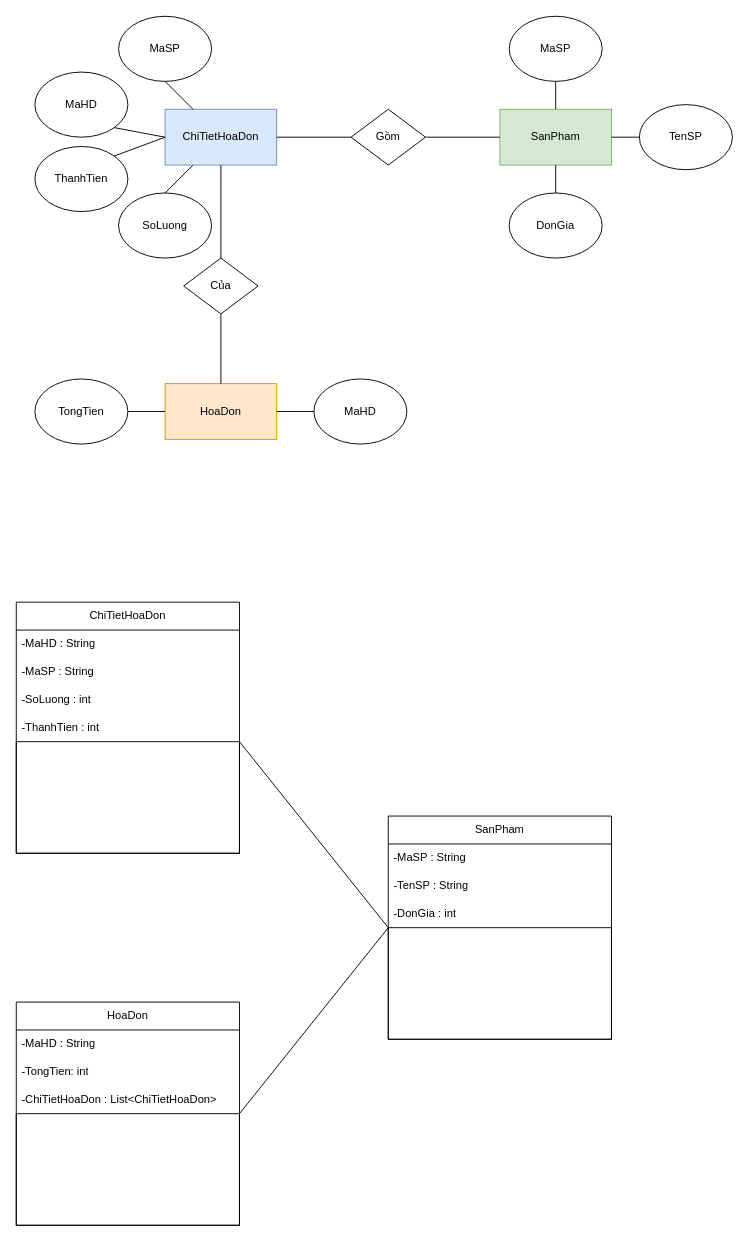
Earlier version of the draw.io diagram CjPhuong.drawio (cuongtran-0900/CjPhuong). Source tidied: cells renumbered, new cells numbered last; positions are measured from the earlier drawing's top-left corner, leaving out a move shared by most shapes. Both pictures are drawn from the tidied source at 93%, with x=0, y=0 at pixel (16, 16).
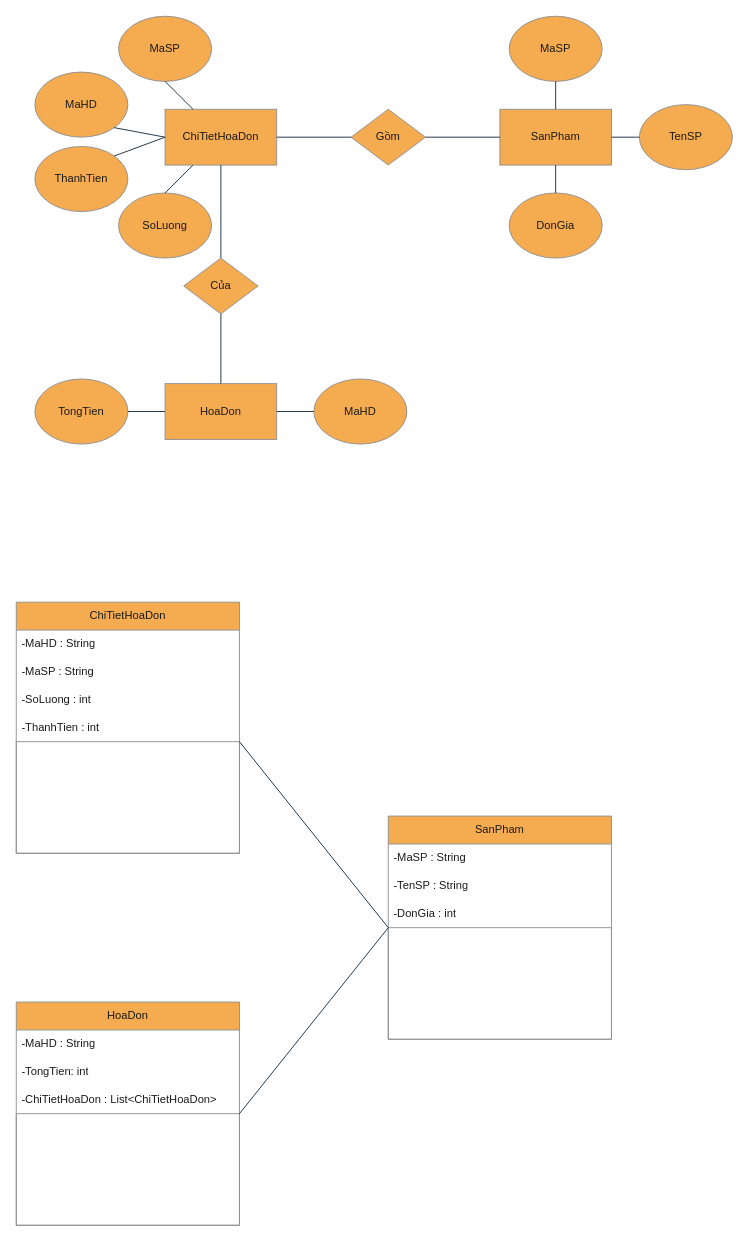
After the change.

The edit, as a diff of the source:
```diff
@@
-    <mxCell id="2" value="HoaDon" style="rounded=0;whiteSpace=wrap;html=1;fillColor=#ffe6cc;strokeColor=#d79b00;" parent="1" vertex="1">
+    <mxCell id="2" value="HoaDon" style="rounded=0;whiteSpace=wrap;html=1;fillColor=#F5AB50;strokeColor=#909090;labelBackgroundColor=none;fontColor=#1A1A1A;" parent="1" vertex="1">
       <mxGeometry x="160" y="395" width="120" height="60" as="geometry" />
     </mxCell>
-    <mxCell id="3" value="ChiTietHoaDon" style="rounded=0;whiteSpace=wrap;html=1;fillColor=#dae8fc;strokeColor=#6c8ebf;" parent="1" vertex="1">
+    <mxCell id="3" value="ChiTietHoaDon" style="rounded=0;whiteSpace=wrap;html=1;fillColor=#F5AB50;strokeColor=#909090;labelBackgroundColor=none;fontColor=#1A1A1A;" parent="1" vertex="1">
       <mxGeometry x="160" y="100" width="120" height="60" as="geometry" />
     </mxCell>
-    <mxCell id="4" value="SanPham" style="rounded=0;whiteSpace=wrap;html=1;fillColor=#d5e8d4;strokeColor=#82b366;" parent="1" vertex="1">
+    <mxCell id="4" value="SanPham" style="rounded=0;whiteSpace=wrap;html=1;fillColor=#F5AB50;strokeColor=#909090;labelBackgroundColor=none;fontColor=#1A1A1A;" parent="1" vertex="1">
       <mxGeometry x="520" y="100" width="120" height="60" as="geometry" />
     </mxCell>
-    <mxCell id="5" value="MaHD" style="ellipse;whiteSpace=wrap;html=1;" parent="1" vertex="1">
+    <mxCell id="5" value="MaHD" style="ellipse;whiteSpace=wrap;html=1;labelBackgroundColor=none;fillColor=#F5AB50;strokeColor=#909090;fontColor=#1A1A1A;" parent="1" vertex="1">
       <mxGeometry x="320" y="390" width="100" height="70" as="geometry" />
     </mxCell>
-    <mxCell id="6" value="MaHD" style="ellipse;whiteSpace=wrap;html=1;" parent="1" vertex="1">
+    <mxCell id="6" value="MaHD" style="ellipse;whiteSpace=wrap;html=1;labelBackgroundColor=none;fillColor=#F5AB50;strokeColor=#909090;fontColor=#1A1A1A;" parent="1" vertex="1">
       <mxGeometry x="20" y="60" width="100" height="70" as="geometry" />
     </mxCell>
-    <mxCell id="7" value="MaSP" style="ellipse;whiteSpace=wrap;html=1;" parent="1" vertex="1">
+    <mxCell id="7" value="MaSP" style="ellipse;whiteSpace=wrap;html=1;labelBackgroundColor=none;fillColor=#F5AB50;strokeColor=#909090;fontColor=#1A1A1A;" parent="1" vertex="1">
       <mxGeometry x="110" width="100" height="70" as="geometry" />
     </mxCell>
-    <mxCell id="8" value="SoLuong" style="ellipse;whiteSpace=wrap;html=1;" parent="1" vertex="1">
+    <mxCell id="8" value="SoLuong" style="ellipse;whiteSpace=wrap;html=1;labelBackgroundColor=none;fillColor=#F5AB50;strokeColor=#909090;fontColor=#1A1A1A;" parent="1" vertex="1">
       <mxGeometry x="110" y="190" width="100" height="70" as="geometry" />
     </mxCell>
-    <mxCell id="9" value="DonGia" style="ellipse;whiteSpace=wrap;html=1;" parent="1" vertex="1">
+    <mxCell id="9" value="DonGia" style="ellipse;whiteSpace=wrap;html=1;labelBackgroundColor=none;fillColor=#F5AB50;strokeColor=#909090;fontColor=#1A1A1A;" parent="1" vertex="1">
       <mxGeometry x="530" y="190" width="100" height="70" as="geometry" />
     </mxCell>
-    <mxCell id="10" value="TongTien" style="ellipse;whiteSpace=wrap;html=1;" parent="1" vertex="1">
+    <mxCell id="10" value="TongTien" style="ellipse;whiteSpace=wrap;html=1;labelBackgroundColor=none;fillColor=#F5AB50;strokeColor=#909090;fontColor=#1A1A1A;" parent="1" vertex="1">
       <mxGeometry x="20" y="390" width="100" height="70" as="geometry" />
     </mxCell>
-    <mxCell id="11" value="ThanhTien" style="ellipse;whiteSpace=wrap;html=1;" parent="1" vertex="1">
+    <mxCell id="11" value="ThanhTien" style="ellipse;whiteSpace=wrap;html=1;labelBackgroundColor=none;fillColor=#F5AB50;strokeColor=#909090;fontColor=#1A1A1A;" parent="1" vertex="1">
       <mxGeometry x="20" y="140" width="100" height="70" as="geometry" />
     </mxCell>
-    <mxCell id="12" value="MaSP" style="ellipse;whiteSpace=wrap;html=1;" parent="1" vertex="1">
+    <mxCell id="12" value="MaSP" style="ellipse;whiteSpace=wrap;html=1;labelBackgroundColor=none;fillColor=#F5AB50;strokeColor=#909090;fontColor=#1A1A1A;" parent="1" vertex="1">
       <mxGeometry x="530" width="100" height="70" as="geometry" />
     </mxCell>
-    <mxCell id="13" value="TenSP" style="ellipse;whiteSpace=wrap;html=1;" parent="1" vertex="1">
+    <mxCell id="13" value="TenSP" style="ellipse;whiteSpace=wrap;html=1;labelBackgroundColor=none;fillColor=#F5AB50;strokeColor=#909090;fontColor=#1A1A1A;" parent="1" vertex="1">
       <mxGeometry x="670" y="95" width="100" height="70" as="geometry" />
     </mxCell>
-    <mxCell id="14" style="endArrow=none;html=1;rounded=0;entryX=0;entryY=0.5;entryDx=0;entryDy=0;exitX=1;exitY=0.5;exitDx=0;exitDy=0;" parent="1" edge="1" source="10" target="2">
+    <mxCell id="14" style="endArrow=none;html=1;rounded=0;entryX=0;entryY=0.5;entryDx=0;entryDy=0;exitX=1;exitY=0.5;exitDx=0;exitDy=0;labelBackgroundColor=none;strokeColor=#182E3E;fontColor=default;" parent="1" edge="1" source="10" target="2">
       <mxGeometry relative="1" as="geometry" />
     </mxCell>
-    <mxCell id="15" style="endArrow=none;html=1;rounded=0;entryX=0;entryY=0.5;entryDx=0;entryDy=0;exitX=1;exitY=0.5;exitDx=0;exitDy=0;" parent="1" edge="1" source="2" target="5">
+    <mxCell id="15" style="endArrow=none;html=1;rounded=0;entryX=0;entryY=0.5;entryDx=0;entryDy=0;exitX=1;exitY=0.5;exitDx=0;exitDy=0;labelBackgroundColor=none;strokeColor=#182E3E;fontColor=default;" parent="1" edge="1" source="2" target="5">
       <mxGeometry relative="1" as="geometry" />
     </mxCell>
-    <mxCell id="16" style="endArrow=none;html=1;rounded=0;entryX=0.5;entryY=1;entryDx=0;entryDy=0;exitX=0.5;exitY=0;exitDx=0;exitDy=0;" parent="1" edge="1" source="17" target="3">
+    <mxCell id="16" style="endArrow=none;html=1;rounded=0;entryX=0.5;entryY=1;entryDx=0;entryDy=0;exitX=0.5;exitY=0;exitDx=0;exitDy=0;labelBackgroundColor=none;strokeColor=#182E3E;fontColor=default;" parent="1" edge="1" source="17" target="3">
       <mxGeometry relative="1" as="geometry" />
     </mxCell>
-    <mxCell id="17" value="Của" style="rhombus;whiteSpace=wrap;html=1;" parent="1" vertex="1">
+    <mxCell id="17" value="Của" style="rhombus;whiteSpace=wrap;html=1;labelBackgroundColor=none;fillColor=#F5AB50;strokeColor=#909090;fontColor=#1A1A1A;" parent="1" vertex="1">
       <mxGeometry x="180" y="260" width="80" height="60" as="geometry" />
     </mxCell>
-    <mxCell id="18" style="endArrow=none;html=1;rounded=0;entryX=0.5;entryY=1;entryDx=0;entryDy=0;exitX=0.5;exitY=0;exitDx=0;exitDy=0;" parent="1" edge="1" source="2" target="17">
+    <mxCell id="18" style="endArrow=none;html=1;rounded=0;entryX=0.5;entryY=1;entryDx=0;entryDy=0;exitX=0.5;exitY=0;exitDx=0;exitDy=0;labelBackgroundColor=none;strokeColor=#182E3E;fontColor=default;" parent="1" edge="1" source="2" target="17">
       <mxGeometry relative="1" as="geometry" />
     </mxCell>
-    <mxCell id="19" value="Gồm" style="rhombus;whiteSpace=wrap;html=1;" parent="1" vertex="1">
+    <mxCell id="19" value="Gồm" style="rhombus;whiteSpace=wrap;html=1;labelBackgroundColor=none;fillColor=#F5AB50;strokeColor=#909090;fontColor=#1A1A1A;" parent="1" vertex="1">
       <mxGeometry x="360" y="100" width="80" height="60" as="geometry" />
     </mxCell>
-    <mxCell id="20" style="endArrow=none;html=1;rounded=0;entryX=0;entryY=0.5;entryDx=0;entryDy=0;exitX=1;exitY=0.5;exitDx=0;exitDy=0;" parent="1" edge="1" source="3" target="19">
+    <mxCell id="20" style="endArrow=none;html=1;rounded=0;entryX=0;entryY=0.5;entryDx=0;entryDy=0;exitX=1;exitY=0.5;exitDx=0;exitDy=0;labelBackgroundColor=none;strokeColor=#182E3E;fontColor=default;" parent="1" edge="1" source="3" target="19">
       <mxGeometry relative="1" as="geometry" />
     </mxCell>
-    <mxCell id="21" style="endArrow=none;html=1;rounded=0;entryX=0;entryY=0.5;entryDx=0;entryDy=0;exitX=1;exitY=0.5;exitDx=0;exitDy=0;" parent="1" edge="1" source="19" target="4">
+    <mxCell id="21" style="endArrow=none;html=1;rounded=0;entryX=0;entryY=0.5;entryDx=0;entryDy=0;exitX=1;exitY=0.5;exitDx=0;exitDy=0;labelBackgroundColor=none;strokeColor=#182E3E;fontColor=default;" parent="1" edge="1" source="19" target="4">
       <mxGeometry relative="1" as="geometry" />
     </mxCell>
-    <mxCell id="22" style="endArrow=none;html=1;rounded=0;entryX=0;entryY=0.5;entryDx=0;entryDy=0;exitX=1;exitY=0.5;exitDx=0;exitDy=0;" parent="1" edge="1" source="4" target="13">
+    <mxCell id="22" style="endArrow=none;html=1;rounded=0;entryX=0;entryY=0.5;entryDx=0;entryDy=0;exitX=1;exitY=0.5;exitDx=0;exitDy=0;labelBackgroundColor=none;strokeColor=#182E3E;fontColor=default;" parent="1" edge="1" source="4" target="13">
       <mxGeometry relative="1" as="geometry" />
     </mxCell>
-    <mxCell id="23" style="endArrow=none;html=1;rounded=0;entryX=0.5;entryY=1;entryDx=0;entryDy=0;exitX=0.5;exitY=0;exitDx=0;exitDy=0;" parent="1" edge="1" source="9" target="4">
+    <mxCell id="23" style="endArrow=none;html=1;rounded=0;entryX=0.5;entryY=1;entryDx=0;entryDy=0;exitX=0.5;exitY=0;exitDx=0;exitDy=0;labelBackgroundColor=none;strokeColor=#182E3E;fontColor=default;" parent="1" edge="1" source="9" target="4">
       <mxGeometry relative="1" as="geometry" />
     </mxCell>
-    <mxCell id="24" style="endArrow=none;html=1;rounded=0;exitX=0.5;exitY=1;exitDx=0;exitDy=0;" parent="1" edge="1" source="12" target="4">
+    <mxCell id="24" style="endArrow=none;html=1;rounded=0;exitX=0.5;exitY=1;exitDx=0;exitDy=0;labelBackgroundColor=none;strokeColor=#182E3E;fontColor=default;" parent="1" edge="1" source="12" target="4">
       <mxGeometry relative="1" as="geometry" />
     </mxCell>
-    <mxCell id="25" style="endArrow=none;html=1;rounded=0;entryX=0.25;entryY=1;entryDx=0;entryDy=0;exitX=0.5;exitY=0;exitDx=0;exitDy=0;" parent="1" edge="1" source="8" target="3">
+    <mxCell id="25" style="endArrow=none;html=1;rounded=0;entryX=0.25;entryY=1;entryDx=0;entryDy=0;exitX=0.5;exitY=0;exitDx=0;exitDy=0;labelBackgroundColor=none;strokeColor=#182E3E;fontColor=default;" parent="1" edge="1" source="8" target="3">
       <mxGeometry relative="1" as="geometry" />
     </mxCell>
-    <mxCell id="26" style="endArrow=none;html=1;rounded=0;entryX=0;entryY=0.5;entryDx=0;entryDy=0;exitX=1;exitY=0;exitDx=0;exitDy=0;" parent="1" edge="1" source="11" target="3">
+    <mxCell id="26" style="endArrow=none;html=1;rounded=0;entryX=0;entryY=0.5;entryDx=0;entryDy=0;exitX=1;exitY=0;exitDx=0;exitDy=0;labelBackgroundColor=none;strokeColor=#182E3E;fontColor=default;" parent="1" edge="1" source="11" target="3">
       <mxGeometry relative="1" as="geometry" />
     </mxCell>
-    <mxCell id="27" style="endArrow=none;html=1;rounded=0;entryX=1;entryY=1;entryDx=0;entryDy=0;exitX=0;exitY=0.5;exitDx=0;exitDy=0;" parent="1" edge="1" source="3" target="6">
+    <mxCell id="27" style="endArrow=none;html=1;rounded=0;entryX=1;entryY=1;entryDx=0;entryDy=0;exitX=0;exitY=0.5;exitDx=0;exitDy=0;labelBackgroundColor=none;strokeColor=#182E3E;fontColor=default;" parent="1" edge="1" source="3" target="6">
       <mxGeometry relative="1" as="geometry" />
     </mxCell>
-    <mxCell id="28" style="endArrow=none;html=1;rounded=0;entryX=0.5;entryY=1;entryDx=0;entryDy=0;exitX=0.25;exitY=0;exitDx=0;exitDy=0;" parent="1" edge="1" source="3" target="7">
+    <mxCell id="28" style="endArrow=none;html=1;rounded=0;entryX=0.5;entryY=1;entryDx=0;entryDy=0;exitX=0.25;exitY=0;exitDx=0;exitDy=0;labelBackgroundColor=none;strokeColor=#182E3E;fontColor=default;" parent="1" edge="1" source="3" target="7">
       <mxGeometry relative="1" as="geometry" />
     </mxCell>
-    <mxCell id="29" value="HoaDon" style="swimlane;fontStyle=0;horizontal=1;startSize=30;whiteSpace=wrap;html=1;" parent="1" vertex="1">
+    <mxCell id="29" value="HoaDon" style="swimlane;fontStyle=0;horizontal=1;startSize=30;whiteSpace=wrap;html=1;labelBackgroundColor=none;fillColor=#F5AB50;strokeColor=#909090;fontColor=#1A1A1A;" parent="1" vertex="1">
       <mxGeometry y="1060" width="240" height="240" as="geometry" />
     </mxCell>
-    <mxCell id="30" value="-MaHD : String" style="text;strokeColor=none;fillColor=none;align=left;verticalAlign=middle;spacingLeft=4;spacingRight=4;overflow=hidden;whiteSpace=wrap;html=1;" parent="29" vertex="1">
+    <mxCell id="30" value="-MaHD : String" style="text;strokeColor=none;fillColor=none;align=left;verticalAlign=middle;spacingLeft=4;spacingRight=4;overflow=hidden;whiteSpace=wrap;html=1;labelBackgroundColor=none;fontColor=#1A1A1A;" parent="29" vertex="1">
       <mxGeometry y="30" width="240" height="30" as="geometry" />
     </mxCell>
-    <mxCell id="31" value="-TongTien: int" style="text;strokeColor=none;fillColor=none;align=left;verticalAlign=middle;spacingLeft=4;spacingRight=4;overflow=hidden;whiteSpace=wrap;html=1;" parent="29" vertex="1">
+    <mxCell id="31" value="-TongTien: int" style="text;strokeColor=none;fillColor=none;align=left;verticalAlign=middle;spacingLeft=4;spacingRight=4;overflow=hidden;whiteSpace=wrap;html=1;labelBackgroundColor=none;fontColor=#1A1A1A;" parent="29" vertex="1">
       <mxGeometry y="60" width="240" height="30" as="geometry" />
     </mxCell>
-    <mxCell id="32" value="-ChiTietHoaDon : List&amp;lt;ChiTietHoaDon&amp;gt;" style="text;strokeColor=none;fillColor=none;align=left;verticalAlign=middle;spacingLeft=4;spacingRight=4;overflow=hidden;whiteSpace=wrap;html=1;" parent="29" vertex="1">
+    <mxCell id="32" value="-ChiTietHoaDon : List&amp;lt;ChiTietHoaDon&amp;gt;" style="text;strokeColor=none;fillColor=none;align=left;verticalAlign=middle;spacingLeft=4;spacingRight=4;overflow=hidden;whiteSpace=wrap;html=1;labelBackgroundColor=none;fontColor=#1A1A1A;" parent="29" vertex="1">
       <mxGeometry y="90" width="240" height="30" as="geometry" />
     </mxCell>
-    <mxCell id="33" style="swimlane;startSize=0;" parent="29" vertex="1">
+    <mxCell id="33" style="swimlane;startSize=0;labelBackgroundColor=none;fillColor=#F5AB50;strokeColor=#909090;fontColor=#1A1A1A;" parent="29" vertex="1">
       <mxGeometry y="120" width="240" height="120" as="geometry" />
     </mxCell>
-    <mxCell id="34" value="ChiTietHoaDon" style="swimlane;fontStyle=0;horizontal=1;startSize=30;whiteSpace=wrap;html=1;" parent="1" vertex="1">
+    <mxCell id="34" value="ChiTietHoaDon" style="swimlane;fontStyle=0;horizontal=1;startSize=30;whiteSpace=wrap;html=1;labelBackgroundColor=none;fillColor=#F5AB50;strokeColor=#909090;fontColor=#1A1A1A;" parent="1" vertex="1">
       <mxGeometry y="630" width="240" height="270" as="geometry" />
     </mxCell>
-    <mxCell id="35" value="-MaHD : String" style="text;strokeColor=none;fillColor=none;align=left;verticalAlign=middle;spacingLeft=4;spacingRight=4;overflow=hidden;whiteSpace=wrap;html=1;" parent="34" vertex="1">
+    <mxCell id="35" value="-MaHD : String" style="text;strokeColor=none;fillColor=none;align=left;verticalAlign=middle;spacingLeft=4;spacingRight=4;overflow=hidden;whiteSpace=wrap;html=1;labelBackgroundColor=none;fontColor=#1A1A1A;" parent="34" vertex="1">
       <mxGeometry y="30" width="240" height="30" as="geometry" />
     </mxCell>
-    <mxCell id="36" value="-MaSP : String" style="text;strokeColor=none;fillColor=none;align=left;verticalAlign=middle;spacingLeft=4;spacingRight=4;overflow=hidden;whiteSpace=wrap;html=1;" parent="34" vertex="1">
+    <mxCell id="36" value="-MaSP : String" style="text;strokeColor=none;fillColor=none;align=left;verticalAlign=middle;spacingLeft=4;spacingRight=4;overflow=hidden;whiteSpace=wrap;html=1;labelBackgroundColor=none;fontColor=#1A1A1A;" parent="34" vertex="1">
       <mxGeometry y="60" width="240" height="30" as="geometry" />
     </mxCell>
-    <mxCell id="37" value="-SoLuong : int&amp;nbsp;" style="text;strokeColor=none;fillColor=none;align=left;verticalAlign=middle;spacingLeft=4;spacingRight=4;overflow=hidden;whiteSpace=wrap;html=1;" parent="34" vertex="1">
+    <mxCell id="37" value="-SoLuong : int&amp;nbsp;" style="text;strokeColor=none;fillColor=none;align=left;verticalAlign=middle;spacingLeft=4;spacingRight=4;overflow=hidden;whiteSpace=wrap;html=1;labelBackgroundColor=none;fontColor=#1A1A1A;" parent="34" vertex="1">
       <mxGeometry y="90" width="240" height="30" as="geometry" />
     </mxCell>
-    <mxCell id="38" value="-ThanhTien : int&amp;nbsp;" style="text;strokeColor=none;fillColor=none;align=left;verticalAlign=middle;spacingLeft=4;spacingRight=4;overflow=hidden;whiteSpace=wrap;html=1;" parent="34" vertex="1">
+    <mxCell id="38" value="-ThanhTien : int&amp;nbsp;" style="text;strokeColor=none;fillColor=none;align=left;verticalAlign=middle;spacingLeft=4;spacingRight=4;overflow=hidden;whiteSpace=wrap;html=1;labelBackgroundColor=none;fontColor=#1A1A1A;" parent="34" vertex="1">
       <mxGeometry y="120" width="240" height="30" as="geometry" />
     </mxCell>
-    <mxCell id="39" style="swimlane;startSize=0;" parent="34" vertex="1">
+    <mxCell id="39" style="swimlane;startSize=0;labelBackgroundColor=none;fillColor=#F5AB50;strokeColor=#909090;fontColor=#1A1A1A;" parent="34" vertex="1">
       <mxGeometry y="150" width="240" height="120" as="geometry" />
     </mxCell>
-    <mxCell id="40" value="SanPham" style="swimlane;fontStyle=0;horizontal=1;startSize=30;whiteSpace=wrap;html=1;" parent="1" vertex="1">
+    <mxCell id="40" value="SanPham" style="swimlane;fontStyle=0;horizontal=1;startSize=30;whiteSpace=wrap;html=1;labelBackgroundColor=none;fillColor=#F5AB50;strokeColor=#909090;fontColor=#1A1A1A;" parent="1" vertex="1">
       <mxGeometry x="400" y="860" width="240" height="240" as="geometry" />
     </mxCell>
-    <mxCell id="41" value="-MaSP : String" style="text;strokeColor=none;fillColor=none;align=left;verticalAlign=middle;spacingLeft=4;spacingRight=4;overflow=hidden;whiteSpace=wrap;html=1;" parent="40" vertex="1">
+    <mxCell id="41" value="-MaSP : String" style="text;strokeColor=none;fillColor=none;align=left;verticalAlign=middle;spacingLeft=4;spacingRight=4;overflow=hidden;whiteSpace=wrap;html=1;labelBackgroundColor=none;fontColor=#1A1A1A;" parent="40" vertex="1">
       <mxGeometry y="30" width="240" height="30" as="geometry" />
     </mxCell>
-    <mxCell id="42" value="-TenSP : String" style="text;strokeColor=none;fillColor=none;align=left;verticalAlign=middle;spacingLeft=4;spacingRight=4;overflow=hidden;whiteSpace=wrap;html=1;" parent="40" vertex="1">
+    <mxCell id="42" value="-TenSP : String" style="text;strokeColor=none;fillColor=none;align=left;verticalAlign=middle;spacingLeft=4;spacingRight=4;overflow=hidden;whiteSpace=wrap;html=1;labelBackgroundColor=none;fontColor=#1A1A1A;" parent="40" vertex="1">
       <mxGeometry y="60" width="240" height="30" as="geometry" />
     </mxCell>
-    <mxCell id="43" value="-DonGia : int" style="text;strokeColor=none;fillColor=none;align=left;verticalAlign=middle;spacingLeft=4;spacingRight=4;overflow=hidden;whiteSpace=wrap;html=1;" parent="40" vertex="1">
+    <mxCell id="43" value="-DonGia : int" style="text;strokeColor=none;fillColor=none;align=left;verticalAlign=middle;spacingLeft=4;spacingRight=4;overflow=hidden;whiteSpace=wrap;html=1;labelBackgroundColor=none;fontColor=#1A1A1A;" parent="40" vertex="1">
       <mxGeometry y="90" width="240" height="30" as="geometry" />
     </mxCell>
-    <mxCell id="44" style="swimlane;startSize=0;" parent="40" vertex="1">
+    <mxCell id="44" style="swimlane;startSize=0;labelBackgroundColor=none;fillColor=#F5AB50;strokeColor=#909090;fontColor=#1A1A1A;" parent="40" vertex="1">
       <mxGeometry y="120" width="240" height="120" as="geometry" />
     </mxCell>
-    <mxCell id="45" style="endArrow=none;html=1;rounded=0;exitX=1;exitY=0;exitDx=0;exitDy=0;entryX=0;entryY=0;entryDx=0;entryDy=0;" parent="1" edge="1" source="39" target="44">
+    <mxCell id="45" style="endArrow=none;html=1;rounded=0;exitX=1;exitY=0;exitDx=0;exitDy=0;entryX=0;entryY=0;entryDx=0;entryDy=0;labelBackgroundColor=none;strokeColor=#182E3E;fontColor=default;" parent="1" edge="1" source="39" target="44">
       <mxGeometry relative="1" as="geometry" />
     </mxCell>
-    <mxCell id="46" style="endArrow=none;html=1;rounded=0;entryX=0;entryY=0;entryDx=0;entryDy=0;exitX=1;exitY=0;exitDx=0;exitDy=0;" parent="1" edge="1" source="33" target="44">
+    <mxCell id="46" style="endArrow=none;html=1;rounded=0;entryX=0;entryY=0;entryDx=0;entryDy=0;exitX=1;exitY=0;exitDx=0;exitDy=0;labelBackgroundColor=none;strokeColor=#182E3E;fontColor=default;" parent="1" edge="1" source="33" target="44">
       <mxGeometry relative="1" as="geometry" />
     </mxCell>
```
